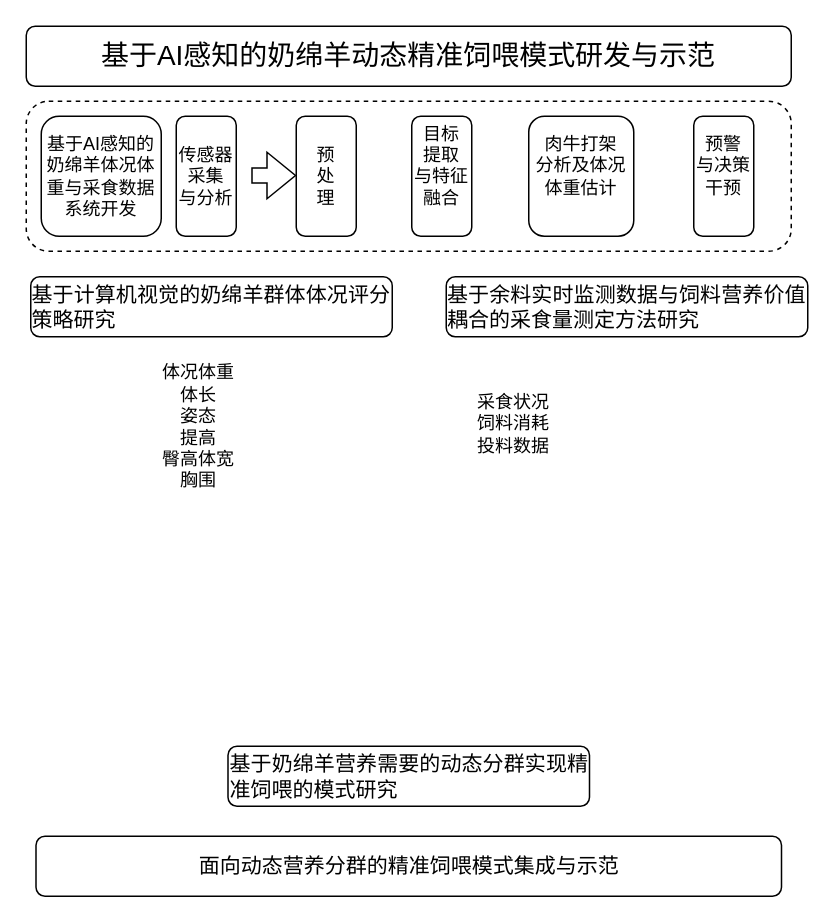
yzy1421/Amateur-women-basketball-in-China keeps this draw.io diagram as 奶绵羊.drawio. Above is the earlier version. Source tidied: cells renumbered, new cells numbered last; positions are measured from the earlier drawing's top-left corner, leaving out a move shared by most shapes. Both pictures are drawn from the tidied source at 150%, with x=0, y=0 at pixel (26, 26).
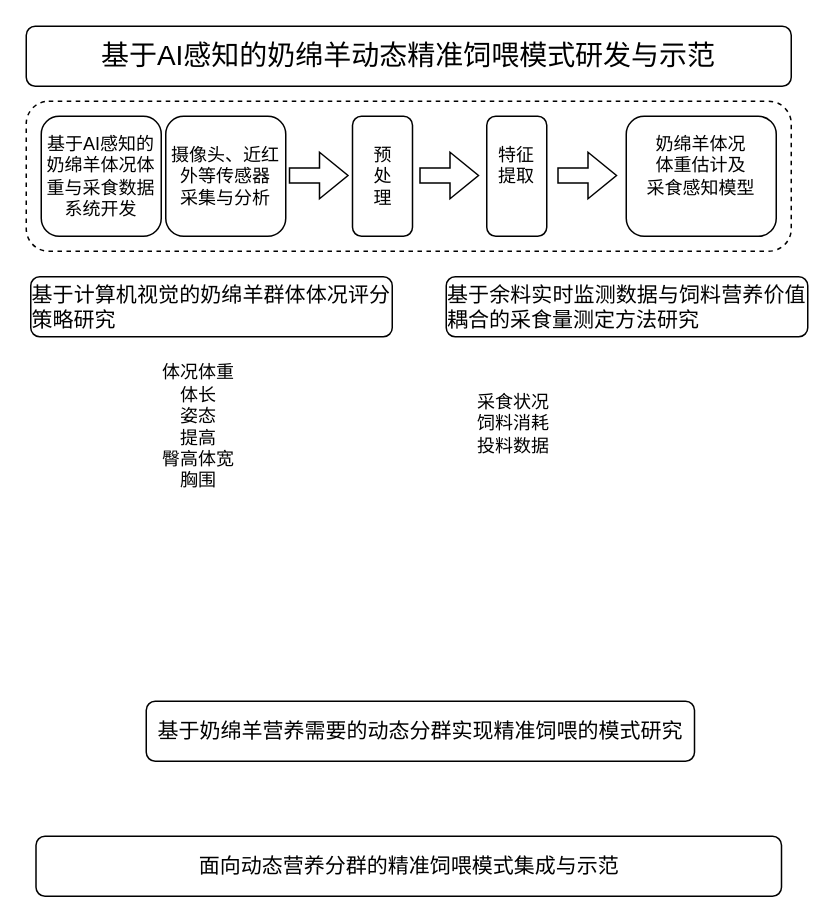
Above is the later version.

Commit message (it also covers changes not shown here):
更新奶绵羊.drawio

What changed in the source:
```diff
@@
     <mxCell id="5" value="&lt;p style=&quot;margin: 0pt 0pt 0.0001pt; text-align: justify; font-family: &amp;quot;Times New Roman&amp;quot;;&quot; class=&quot;MsoNormal&quot;&gt;&lt;span style=&quot;font-family: 宋体;&quot;&gt;&lt;font style=&quot;font-size: 14px;&quot;&gt;基于奶绵羊营养需要的动态分群实现精准饲喂的模式研究&lt;/font&gt;&lt;/span&gt;&lt;/p&gt;" style="rounded=1;whiteSpace=wrap;html=1;" parent="1" vertex="1">
-      <mxGeometry x="134.5" y="480" width="241" height="40" as="geometry" />
+      <mxGeometry x="80" y="450" width="365.5" height="40" as="geometry" />
     </mxCell>
@@
-    <mxCell id="11" value="传感器&lt;br&gt;&lt;div&gt;采集&lt;/div&gt;&lt;div&gt;与分析&lt;/div&gt;" style="rounded=1;whiteSpace=wrap;html=1;" parent="1" vertex="1">
-      <mxGeometry x="100" y="60" width="40" height="80" as="geometry" />
+    <mxCell id="11" value="摄像头、近红外等传感器&lt;br&gt;&lt;div&gt;采集&lt;span style=&quot;background-color: transparent; color: light-dark(rgb(0, 0, 0), rgb(255, 255, 255));&quot;&gt;与分析&lt;/span&gt;&lt;/div&gt;" style="rounded=1;whiteSpace=wrap;html=1;" parent="1" vertex="1">
+      <mxGeometry x="93" y="60" width="80" height="80" as="geometry" />
     </mxCell>
     <mxCell id="12" value="预&lt;div&gt;处&lt;/div&gt;&lt;div&gt;理&lt;/div&gt;" style="rounded=1;whiteSpace=wrap;html=1;" parent="1" vertex="1">
-      <mxGeometry x="180" y="60" width="40" height="80" as="geometry" />
+      <mxGeometry x="217.5" y="60" width="40" height="80" as="geometry" />
     </mxCell>
-    <mxCell id="13" value="目标&lt;div&gt;提取&lt;/div&gt;&lt;div&gt;与特征&lt;/div&gt;&lt;div&gt;融合&lt;/div&gt;&lt;div&gt;&lt;br&gt;&lt;/div&gt;" style="rounded=1;whiteSpace=wrap;html=1;flipH=0;flipV=0;horizontal=1;fontStyle=0;verticalAlign=middle;" parent="1" vertex="1">
-      <mxGeometry x="257" y="60" width="40" height="80" as="geometry" />
+    <mxCell id="13" value="特征&lt;div&gt;提取&lt;br&gt;&lt;div&gt;&lt;br&gt;&lt;/div&gt;&lt;/div&gt;" style="rounded=1;whiteSpace=wrap;html=1;flipH=0;flipV=0;horizontal=1;fontStyle=0;verticalAlign=middle;" parent="1" vertex="1">
+      <mxGeometry x="307" y="60" width="40" height="80" as="geometry" />
     </mxCell>
-    <mxCell id="14" value="肉牛&lt;span style=&quot;background-color: transparent; color: light-dark(rgb(0, 0, 0), rgb(255, 255, 255));&quot;&gt;打架&lt;/span&gt;&lt;div&gt;分析&lt;span style=&quot;background-color: transparent; color: light-dark(rgb(0, 0, 0), rgb(255, 255, 255));&quot;&gt;及体况&lt;/span&gt;&lt;/div&gt;&lt;div&gt;&lt;span style=&quot;background-color: transparent; color: light-dark(rgb(0, 0, 0), rgb(255, 255, 255));&quot;&gt;体重估计&lt;/span&gt;&lt;/div&gt;&lt;div&gt;&lt;div&gt;&lt;br&gt;&lt;/div&gt;&lt;/div&gt;" style="rounded=1;whiteSpace=wrap;html=1;flipH=0;flipV=0;horizontal=1;fontStyle=0;verticalAlign=middle;" parent="1" vertex="1">
-      <mxGeometry x="335" y="60" width="70" height="80" as="geometry" />
+    <mxCell id="14" value="&lt;span style=&quot;background-color: transparent; color: light-dark(rgb(0, 0, 0), rgb(255, 255, 255));&quot;&gt;奶绵羊&lt;/span&gt;&lt;span style=&quot;background-color: transparent; color: light-dark(rgb(0, 0, 0), rgb(255, 255, 255));&quot;&gt;体况&lt;/span&gt;&lt;div&gt;&lt;span style=&quot;background-color: transparent; color: light-dark(rgb(0, 0, 0), rgb(255, 255, 255));&quot;&gt;体重估计及&lt;/span&gt;&lt;/div&gt;&lt;div&gt;&lt;span style=&quot;background-color: transparent; color: light-dark(rgb(0, 0, 0), rgb(255, 255, 255));&quot;&gt;采食感知模型&lt;/span&gt;&lt;/div&gt;&lt;div&gt;&lt;div&gt;&lt;br&gt;&lt;/div&gt;&lt;/div&gt;" style="rounded=1;whiteSpace=wrap;html=1;flipH=0;flipV=0;horizontal=1;fontStyle=0;verticalAlign=middle;" parent="1" vertex="1">
+      <mxGeometry x="400" y="60" width="100" height="80" as="geometry" />
     </mxCell>
-    <mxCell id="15" value="预警&lt;div&gt;与决策&lt;/div&gt;&lt;div&gt;干预&lt;/div&gt;&lt;div&gt;&lt;div&gt;&lt;br&gt;&lt;/div&gt;&lt;/div&gt;" style="rounded=1;whiteSpace=wrap;html=1;flipH=0;flipV=0;horizontal=1;fontStyle=0;verticalAlign=middle;" parent="1" vertex="1">
-      <mxGeometry x="445" y="60" width="40" height="80" as="geometry" />
-    </mxCell>
-    <mxCell id="16" style="shape=flexArrow;endArrow=classic;html=1;rounded=0;" parent="1" edge="1">
-      <mxGeometry relative="1" as="geometry">
-        <mxPoint x="150" y="99.5" as="sourcePoint" />
-        <mxPoint x="180" y="99.5" as="targetPoint" />
-      </mxGeometry>
-    </mxCell>
+    <mxCell id="17" style="shape=flexArrow;endArrow=classic;html=1;rounded=0;" parent="1" edge="1">
+      <mxGeometry relative="1" as="geometry">
+        <mxPoint x="354" y="99.5" as="sourcePoint" />
+        <mxPoint x="394" y="99.5" as="targetPoint" />
+      </mxGeometry>
+    </mxCell>
+    <mxCell id="18" style="shape=flexArrow;endArrow=classic;html=1;rounded=0;" parent="1" edge="1">
+      <mxGeometry relative="1" as="geometry">
+        <mxPoint x="262" y="99.5" as="sourcePoint" />
+        <mxPoint x="302" y="99.5" as="targetPoint" />
+      </mxGeometry>
+    </mxCell>
+    <mxCell id="19" style="shape=flexArrow;endArrow=classic;html=1;rounded=0;" parent="1" edge="1">
+      <mxGeometry relative="1" as="geometry">
+        <mxPoint x="175" y="99.5" as="sourcePoint" />
+        <mxPoint x="215" y="99.5" as="targetPoint" />
+      </mxGeometry>
+    </mxCell>
```
